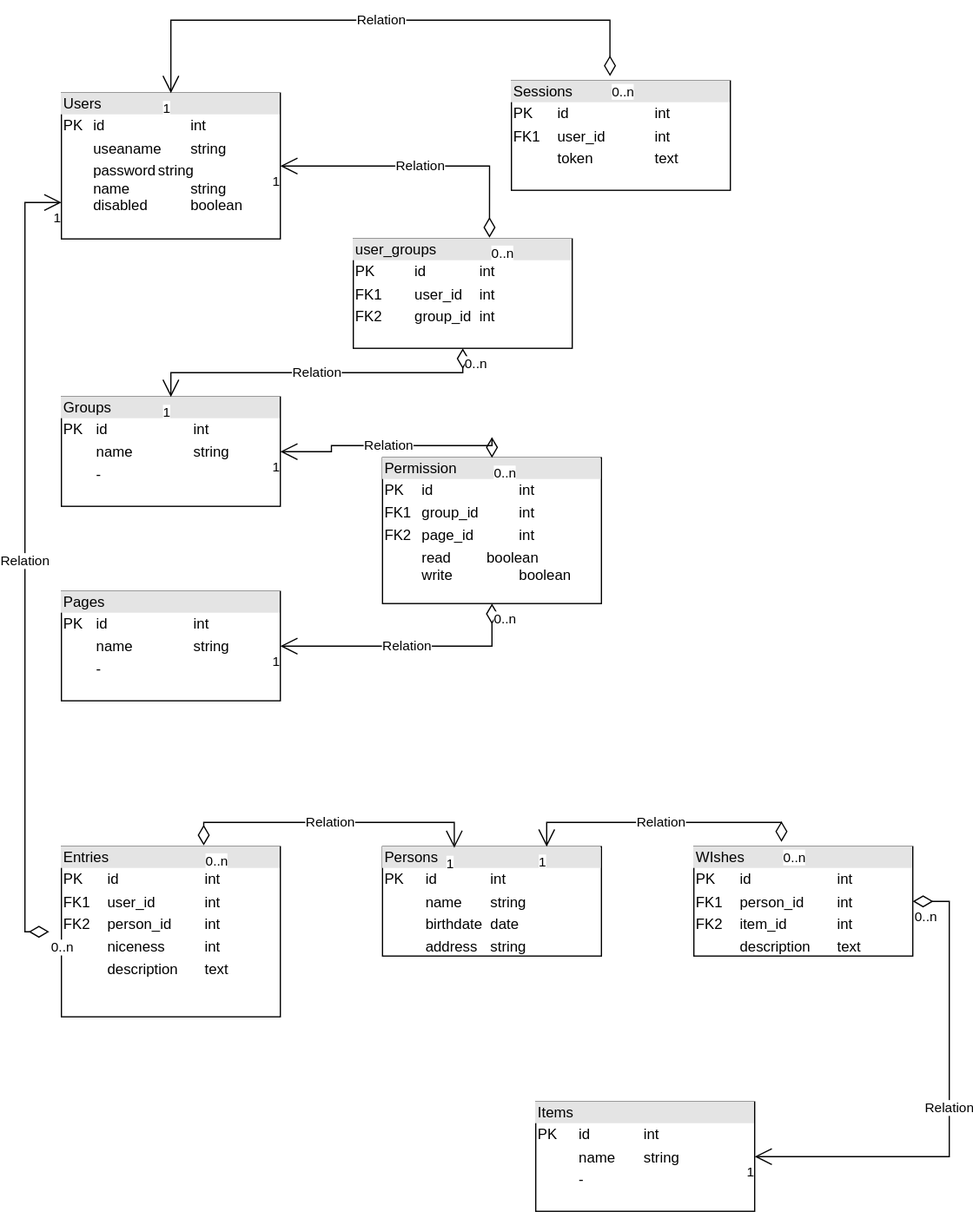
kosvi/Santas_own_CRM keeps this draw.io diagram as Docs/Santas_relational_model.drawio.svg. Above is the earlier version. Source tidied: cells renumbered, new cells last; positions are measured from the earlier drawing's top-left corner, leaving out a move shared by most shapes.
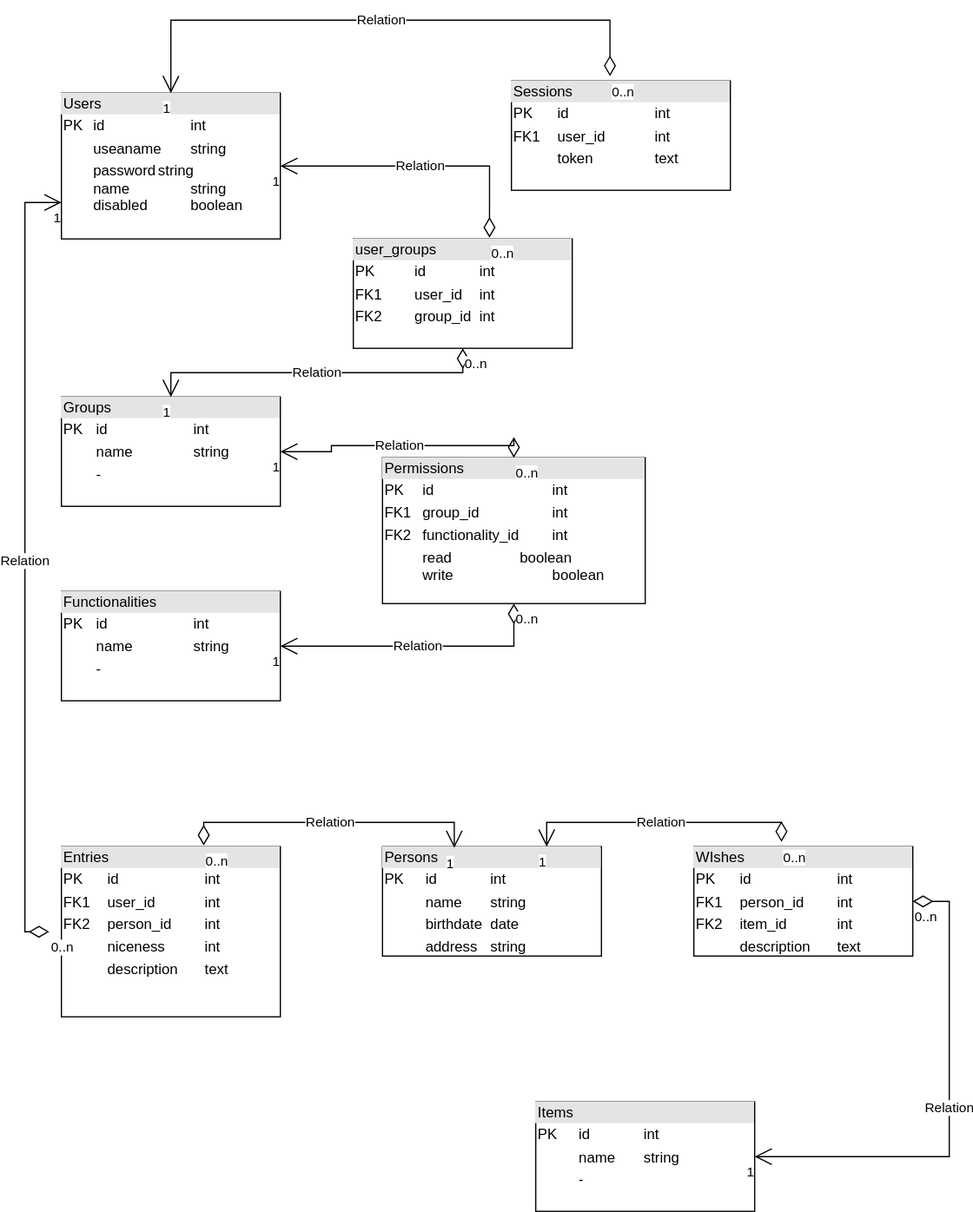
The same diagram one commit later.

Change to the diagram source:
```diff
@@ -8,7 +8,7 @@
     <mxCell id="3" value="&lt;div style=&quot;box-sizing: border-box ; width: 100% ; background: #e4e4e4 ; padding: 2px&quot;&gt;Groups&lt;/div&gt;&lt;table style=&quot;width: 100% ; font-size: 1em&quot; cellspacing=&quot;0&quot; cellpadding=&quot;2&quot;&gt;&lt;tbody&gt;&lt;tr&gt;&lt;td&gt;PK&lt;/td&gt;&lt;td&gt;id&lt;span style=&quot;white-space: pre&quot;&gt;&#9;&lt;/span&gt;&lt;span style=&quot;white-space: pre&quot;&gt;&#9;&lt;/span&gt;&lt;span style=&quot;white-space: pre&quot;&gt;&#9;&lt;/span&gt;int&lt;br&gt;&lt;/td&gt;&lt;/tr&gt;&lt;tr&gt;&lt;td&gt;&lt;br&gt;&lt;/td&gt;&lt;td&gt;name&lt;span style=&quot;white-space: pre&quot;&gt;&#9;&lt;/span&gt;&lt;span style=&quot;white-space: pre&quot;&gt;&#9;&lt;/span&gt;string&lt;br&gt;&lt;/td&gt;&lt;/tr&gt;&lt;tr&gt;&lt;td&gt;&lt;br&gt;&lt;/td&gt;&lt;td&gt;-&lt;br&gt;&lt;/td&gt;&lt;/tr&gt;&lt;/tbody&gt;&lt;/table&gt;" style="verticalAlign=top;align=left;overflow=fill;html=1;" parent="1" vertex="1">
       <mxGeometry x="30" y="310" width="180" height="90" as="geometry" />
     </mxCell>
-    <mxCell id="4" value="&lt;div style=&quot;box-sizing: border-box ; width: 100% ; background: #e4e4e4 ; padding: 2px&quot;&gt;Pages&lt;/div&gt;&lt;table style=&quot;width: 100% ; font-size: 1em&quot; cellspacing=&quot;0&quot; cellpadding=&quot;2&quot;&gt;&lt;tbody&gt;&lt;tr&gt;&lt;td&gt;PK&lt;/td&gt;&lt;td&gt;id&lt;span style=&quot;white-space: pre&quot;&gt;&#9;&lt;/span&gt;&lt;span style=&quot;white-space: pre&quot;&gt;&#9;&lt;/span&gt;&lt;span style=&quot;white-space: pre&quot;&gt;&#9;&lt;/span&gt;int&lt;br&gt;&lt;/td&gt;&lt;/tr&gt;&lt;tr&gt;&lt;td&gt;&lt;br&gt;&lt;/td&gt;&lt;td&gt;name&lt;span style=&quot;white-space: pre&quot;&gt;&#9;&lt;/span&gt;&lt;span style=&quot;white-space: pre&quot;&gt;&#9;&lt;/span&gt;string&lt;br&gt;&lt;/td&gt;&lt;/tr&gt;&lt;tr&gt;&lt;td&gt;&lt;br&gt;&lt;/td&gt;&lt;td&gt;-&lt;br&gt;&lt;/td&gt;&lt;/tr&gt;&lt;/tbody&gt;&lt;/table&gt;" style="verticalAlign=top;align=left;overflow=fill;html=1;" parent="1" vertex="1">
+    <mxCell id="4" value="&lt;div style=&quot;box-sizing: border-box ; width: 100% ; background: #e4e4e4 ; padding: 2px&quot;&gt;Functionalities&lt;/div&gt;&lt;table style=&quot;width: 100% ; font-size: 1em&quot; cellspacing=&quot;0&quot; cellpadding=&quot;2&quot;&gt;&lt;tbody&gt;&lt;tr&gt;&lt;td&gt;PK&lt;/td&gt;&lt;td&gt;id&lt;span style=&quot;white-space: pre&quot;&gt;&#9;&lt;/span&gt;&lt;span style=&quot;white-space: pre&quot;&gt;&#9;&lt;/span&gt;&lt;span style=&quot;white-space: pre&quot;&gt;&#9;&lt;/span&gt;int&lt;br&gt;&lt;/td&gt;&lt;/tr&gt;&lt;tr&gt;&lt;td&gt;&lt;br&gt;&lt;/td&gt;&lt;td&gt;name&lt;span style=&quot;white-space: pre&quot;&gt;&#9;&lt;/span&gt;&lt;span style=&quot;white-space: pre&quot;&gt;&#9;&lt;/span&gt;string&lt;br&gt;&lt;/td&gt;&lt;/tr&gt;&lt;tr&gt;&lt;td&gt;&lt;br&gt;&lt;/td&gt;&lt;td&gt;-&lt;br&gt;&lt;/td&gt;&lt;/tr&gt;&lt;/tbody&gt;&lt;/table&gt;" style="verticalAlign=top;align=left;overflow=fill;html=1;" parent="1" vertex="1">
       <mxGeometry x="30" y="470" width="180" height="90" as="geometry" />
     </mxCell>
     <mxCell id="5" value="&lt;div style=&quot;box-sizing: border-box ; width: 100% ; background: #e4e4e4 ; padding: 2px&quot;&gt;Persons&lt;/div&gt;&lt;table style=&quot;width: 100% ; font-size: 1em&quot; cellspacing=&quot;0&quot; cellpadding=&quot;2&quot;&gt;&lt;tbody&gt;&lt;tr&gt;&lt;td&gt;PK&lt;/td&gt;&lt;td&gt;id&lt;span style=&quot;white-space: pre&quot;&gt;&#9;&lt;/span&gt;&lt;span style=&quot;white-space: pre&quot;&gt;&#9;&lt;/span&gt;int&lt;/td&gt;&lt;/tr&gt;&lt;tr&gt;&lt;td&gt;&lt;br&gt;&lt;/td&gt;&lt;td&gt;name&lt;span style=&quot;white-space: pre&quot;&gt;&#9;&lt;/span&gt;string&lt;br&gt;&lt;/td&gt;&lt;/tr&gt;&lt;tr&gt;&lt;td&gt;&lt;br&gt;&lt;/td&gt;&lt;td&gt;birthdate&lt;span style=&quot;white-space: pre&quot;&gt;&#9;&lt;/span&gt;date&lt;br&gt;&lt;/td&gt;&lt;/tr&gt;&lt;tr&gt;&lt;td&gt;&lt;br&gt;&lt;/td&gt;&lt;td&gt;address&lt;span style=&quot;white-space: pre&quot;&gt;&#9;&lt;/span&gt;string&lt;br&gt;&lt;/td&gt;&lt;/tr&gt;&lt;/tbody&gt;&lt;/table&gt;" style="verticalAlign=top;align=left;overflow=fill;html=1;" parent="1" vertex="1">
@@ -37,8 +37,8 @@
     <mxCell id="11" value="1" style="edgeLabel;html=1;align=right;verticalAlign=top;" parent="9" vertex="1">
       <mxGeometry x="1" relative="1" as="geometry" />
     </mxCell>
-    <mxCell id="12" value="&lt;div style=&quot;box-sizing: border-box ; width: 100% ; background: #e4e4e4 ; padding: 2px&quot;&gt;Permission&lt;br&gt;&lt;/div&gt;&lt;table style=&quot;width: 100% ; font-size: 1em&quot; cellspacing=&quot;0&quot; cellpadding=&quot;2&quot;&gt;&lt;tbody&gt;&lt;tr&gt;&lt;td&gt;PK&lt;/td&gt;&lt;td&gt;id&lt;span style=&quot;white-space: pre&quot;&gt;&#9;&lt;/span&gt;&lt;span style=&quot;white-space: pre&quot;&gt;&#9;&lt;/span&gt;&lt;span style=&quot;white-space: pre&quot;&gt;&#9;&lt;/span&gt;int&lt;/td&gt;&lt;/tr&gt;&lt;tr&gt;&lt;td&gt;FK1&lt;/td&gt;&lt;td&gt;group_id&lt;span style=&quot;white-space: pre&quot;&gt;&#9;&lt;/span&gt;&lt;span style=&quot;white-space: pre&quot;&gt;&#9;&lt;/span&gt;int&lt;br&gt;&lt;/td&gt;&lt;/tr&gt;&lt;tr&gt;&lt;td&gt;FK2&lt;br&gt;&lt;/td&gt;&lt;td&gt;page_id&lt;span style=&quot;white-space: pre&quot;&gt;&#9;&lt;/span&gt;&lt;span style=&quot;white-space: pre&quot;&gt;&#9;&lt;/span&gt;int&lt;br&gt;&lt;/td&gt;&lt;/tr&gt;&lt;tr&gt;&lt;td&gt;&lt;br&gt;&lt;/td&gt;&lt;td&gt;read&lt;span style=&quot;white-space: pre&quot;&gt;&#9;&lt;/span&gt;&lt;span style=&quot;white-space: pre&quot;&gt;&#9;&lt;/span&gt;boolean&lt;br&gt;write&lt;span style=&quot;white-space: pre&quot;&gt;&#9;&lt;/span&gt;&lt;span style=&quot;white-space: pre&quot;&gt;&#9;&lt;/span&gt;boolean&lt;br&gt;&lt;/td&gt;&lt;/tr&gt;&lt;/tbody&gt;&lt;/table&gt;" style="verticalAlign=top;align=left;overflow=fill;html=1;" parent="1" vertex="1">
-      <mxGeometry x="294" y="360" width="180" height="120" as="geometry" />
+    <mxCell id="12" value="&lt;div style=&quot;box-sizing: border-box ; width: 100% ; background: #e4e4e4 ; padding: 2px&quot;&gt;Permissions&lt;br&gt;&lt;/div&gt;&lt;table style=&quot;width: 100% ; font-size: 1em&quot; cellspacing=&quot;0&quot; cellpadding=&quot;2&quot;&gt;&lt;tbody&gt;&lt;tr&gt;&lt;td&gt;PK&lt;/td&gt;&lt;td&gt;id&lt;span style=&quot;white-space: pre&quot;&gt;&#9;&lt;/span&gt;&lt;span style=&quot;white-space: pre&quot;&gt;&#9;&lt;/span&gt;&lt;span style=&quot;white-space: pre&quot;&gt;&lt;span style=&quot;white-space: pre&quot;&gt;&#9;&lt;/span&gt;&#9;&lt;/span&gt;int&lt;/td&gt;&lt;/tr&gt;&lt;tr&gt;&lt;td&gt;FK1&lt;/td&gt;&lt;td&gt;group_id&lt;span style=&quot;white-space: pre&quot;&gt;&#9;&lt;/span&gt;&lt;span style=&quot;white-space: pre&quot;&gt;&#9;&lt;span style=&quot;white-space: pre&quot;&gt;&#9;&lt;/span&gt;&lt;/span&gt;int&lt;br&gt;&lt;/td&gt;&lt;/tr&gt;&lt;tr&gt;&lt;td&gt;FK2&lt;br&gt;&lt;/td&gt;&lt;td&gt;functionality_id&lt;span style=&quot;white-space: pre&quot;&gt;&#9;&lt;/span&gt;int&lt;br&gt;&lt;/td&gt;&lt;/tr&gt;&lt;tr&gt;&lt;td&gt;&lt;br&gt;&lt;/td&gt;&lt;td&gt;read&lt;span style=&quot;white-space: pre&quot;&gt;&#9;&lt;/span&gt;&lt;span style=&quot;white-space: pre&quot;&gt;&lt;span style=&quot;white-space: pre&quot;&gt;&#9;&lt;/span&gt;&#9;&lt;/span&gt;boolean&lt;br&gt;write&lt;span style=&quot;white-space: pre&quot;&gt;&#9;&lt;/span&gt;&lt;span style=&quot;white-space: pre&quot;&gt;&#9;&lt;/span&gt;&lt;span style=&quot;white-space: pre&quot;&gt;&#9;&lt;/span&gt;boolean&lt;br&gt;&lt;/td&gt;&lt;/tr&gt;&lt;/tbody&gt;&lt;/table&gt;" style="verticalAlign=top;align=left;overflow=fill;html=1;" parent="1" vertex="1">
+      <mxGeometry x="294" y="360" width="216" height="120" as="geometry" />
     </mxCell>
     <mxCell id="13" value="Relation" style="endArrow=open;html=1;endSize=12;startArrow=diamondThin;startSize=14;startFill=0;edgeStyle=orthogonalEdgeStyle;rounded=0;exitX=0.5;exitY=1;exitDx=0;exitDy=0;" parent="1" edge="1" source="12" target="4">
       <mxGeometry relative="1" as="geometry" />
```
